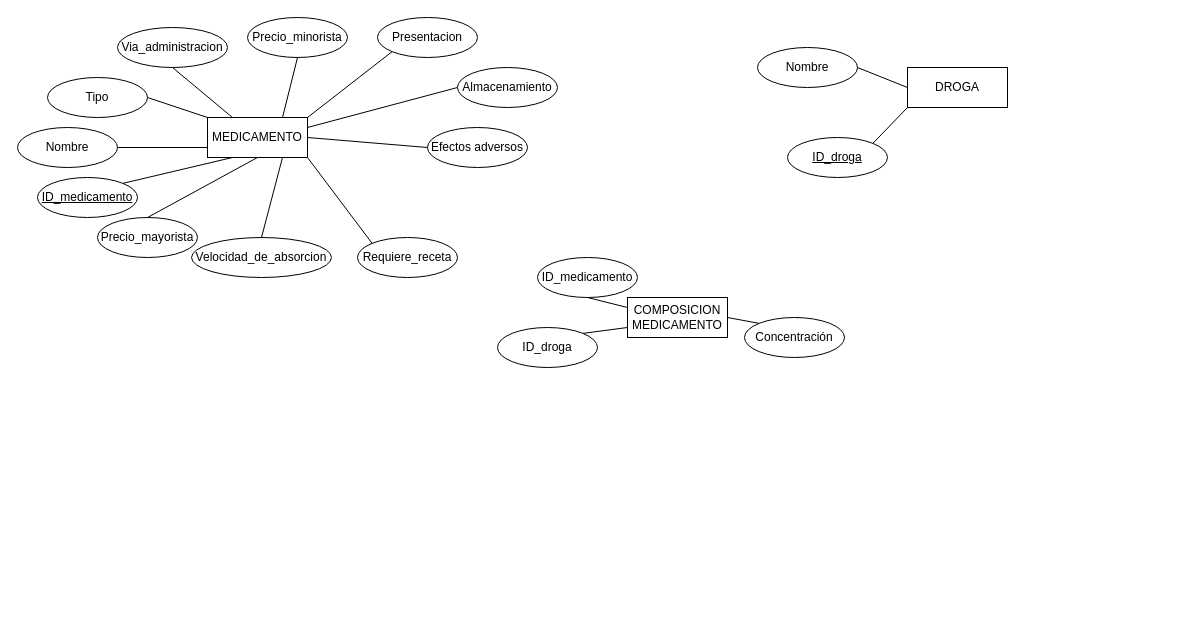
Earlier version of the draw.io diagram TP_BD_Grupo1.drawio (melxtear/TP_Grupo1_BD). Source tidied: cells renumbered, new cells numbered last; positions are measured from the earlier drawing's top-left corner, leaving out a move shared by most shapes. Both pictures are drawn from the tidied source at 100%, with x=0, y=0 at pixel (17, 17).
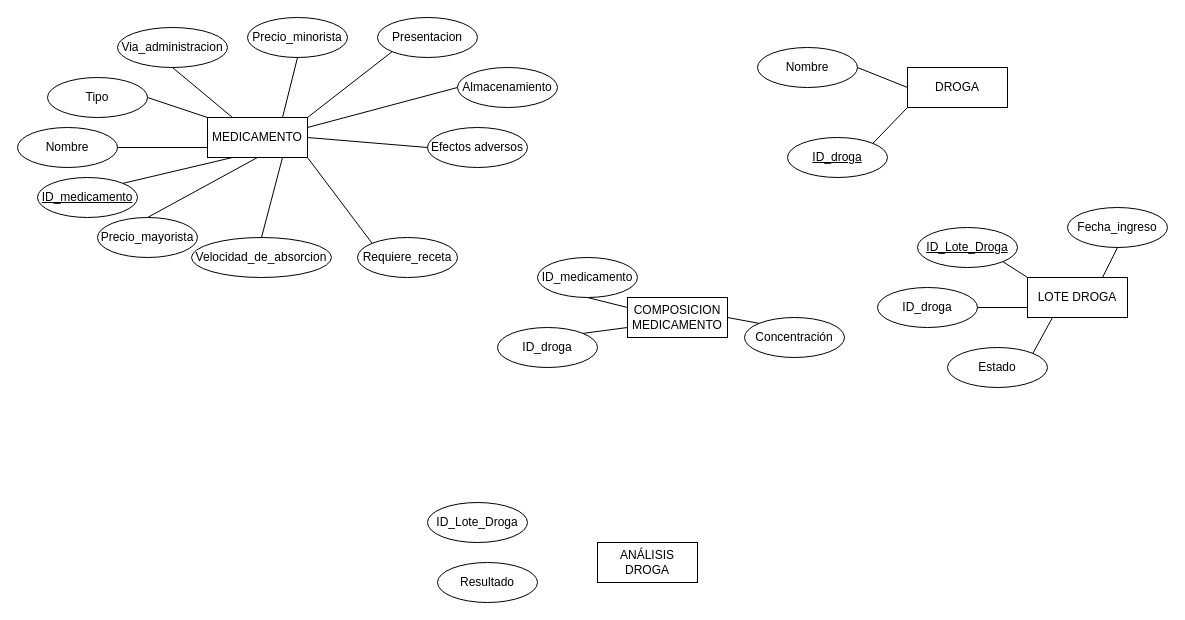
After the change.

What changed in the source:
```diff
@@
+    <mxCell id="37" value="LOTE DROGA" style="whiteSpace=wrap;html=1;align=center;" parent="1" vertex="1">
+      <mxGeometry x="1010" y="260" width="100" height="40" as="geometry" />
+    </mxCell>
+    <mxCell id="38" value="ID_Lote_Droga" style="ellipse;whiteSpace=wrap;html=1;align=center;fontStyle=4;" parent="1" vertex="1">
+      <mxGeometry x="900" y="210" width="100" height="40" as="geometry" />
+    </mxCell>
+    <mxCell id="39" value="ID_droga" style="ellipse;whiteSpace=wrap;html=1;align=center;" parent="1" vertex="1">
+      <mxGeometry x="860" y="270" width="100" height="40" as="geometry" />
+    </mxCell>
+    <mxCell id="40" value="Estado" style="ellipse;whiteSpace=wrap;html=1;align=center;" parent="1" vertex="1">
+      <mxGeometry x="930" y="330" width="100" height="40" as="geometry" />
+    </mxCell>
+    <mxCell id="41" value="Fecha_ingreso" style="ellipse;whiteSpace=wrap;html=1;align=center;" parent="1" vertex="1">
+      <mxGeometry x="1050" y="190" width="100" height="40" as="geometry" />
+    </mxCell>
+    <mxCell id="42" style="endArrow=none;html=1;rounded=0;exitX=1;exitY=0;exitDx=0;exitDy=0;entryX=0.25;entryY=1;entryDx=0;entryDy=0;" parent="1" edge="1" source="40" target="37">
+      <mxGeometry relative="1" as="geometry" />
+    </mxCell>
+    <mxCell id="43" style="endArrow=none;html=1;rounded=0;exitX=1;exitY=0.5;exitDx=0;exitDy=0;entryX=0;entryY=0.75;entryDx=0;entryDy=0;" parent="1" edge="1" source="39" target="37">
+      <mxGeometry relative="1" as="geometry" />
+    </mxCell>
+    <mxCell id="44" style="endArrow=none;html=1;rounded=0;exitX=1;exitY=1;exitDx=0;exitDy=0;entryX=0;entryY=0;entryDx=0;entryDy=0;" parent="1" edge="1" source="38" target="37">
+      <mxGeometry relative="1" as="geometry" />
+    </mxCell>
+    <mxCell id="45" style="endArrow=none;html=1;rounded=0;exitX=0.5;exitY=1;exitDx=0;exitDy=0;entryX=0.75;entryY=0;entryDx=0;entryDy=0;" parent="1" edge="1" source="41" target="37">
+      <mxGeometry relative="1" as="geometry" />
+    </mxCell>
+    <mxCell id="46" value="ANÁLISIS DROGA" style="whiteSpace=wrap;html=1;align=center;" parent="1" vertex="1">
+      <mxGeometry x="580" y="525" width="100" height="40" as="geometry" />
+    </mxCell>
+    <mxCell id="47" value="Resultado" style="ellipse;whiteSpace=wrap;html=1;align=center;" parent="1" vertex="1">
+      <mxGeometry x="420" y="545" width="100" height="40" as="geometry" />
+    </mxCell>
+    <mxCell id="48" value="ID_Lote_Droga" style="ellipse;whiteSpace=wrap;html=1;align=center;" parent="1" vertex="1">
+      <mxGeometry x="410" y="485" width="100" height="40" as="geometry" />
+    </mxCell>
```
